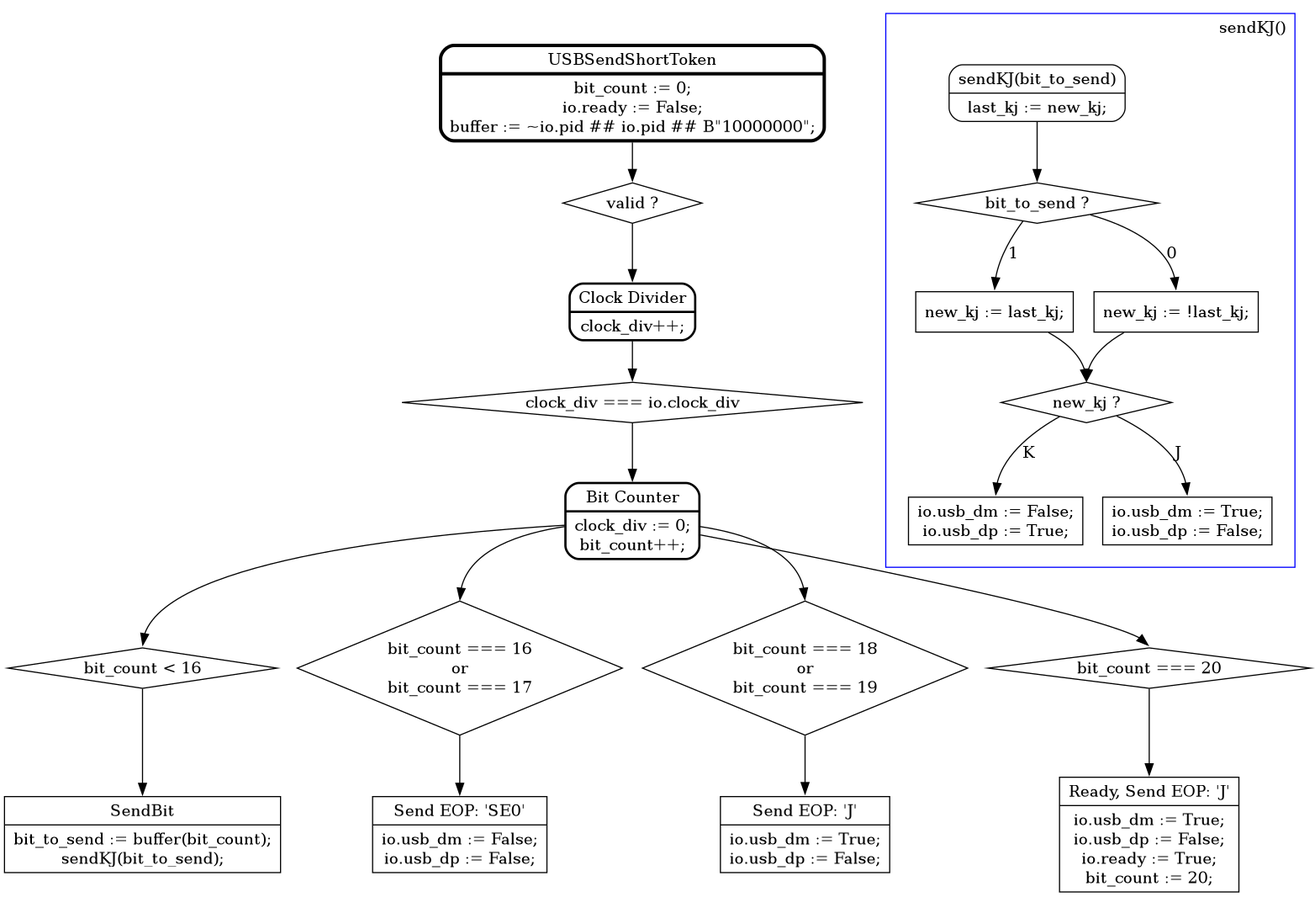
Before: doc/graphs/USB10/USBSendShortToken.png, a diagram exported from Graphviz (pointcheck/KarnixSOC). Its source is kept beside it as doc/graphs/USB10/USBSendShortToken.dot.
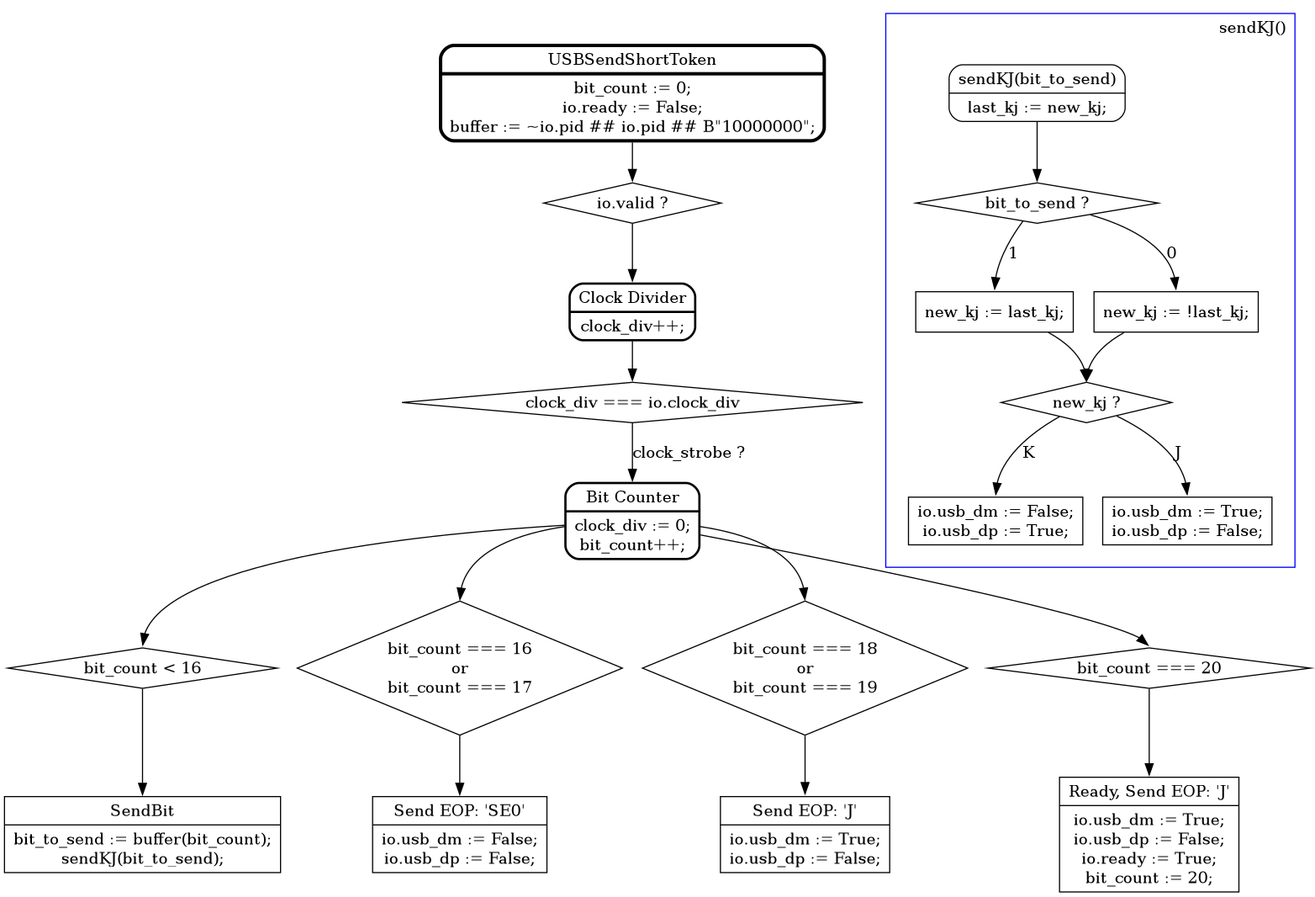
Above is the later version.

Diff of the diagram source:
```diff
@@ -7,10 +7,10 @@
 
 
 	Init [penwidth=3, label = "{USBSendShortToken|bit_count := 0;\nio.ready := False;\nbuffer := ~io.pid ## io.pid ## B\"10000000\";}"];
-	Init -> Valid_box; Valid_box [shape = diamond, label = "valid ?"];
+	Init -> Valid_box; Valid_box [shape = diamond, label = "io.valid ?"];
 	Valid_box -> ClockDiv; ClockDiv [penwidth=2, label = "{Clock Divider|clock_div++;}"];
 	ClockDiv -> Strobe_box; Strobe_box [shape = diamond, label = "clock_div === io.clock_div"];
-	Strobe_box -> CountBits; CountBits [penwidth=2, label = "{Bit Counter|clock_div := 0;\nbit_count++;}"];
+	Strobe_box -> CountBits[label = "clock_strobe ?"]; CountBits [penwidth=2, label = "{Bit Counter|clock_div := 0;\nbit_count++;}"];
 
 	CountBits -> LessThan16_box:n; LessThan16_box [shape = diamond, label = "bit_count < 16"];
 	LessThan16_box -> SendBit; SendBit [shape = record, label = "{SendBit|bit_to_send := buffer(bit_count);\nsendKJ(bit_to_send);}"];
```
